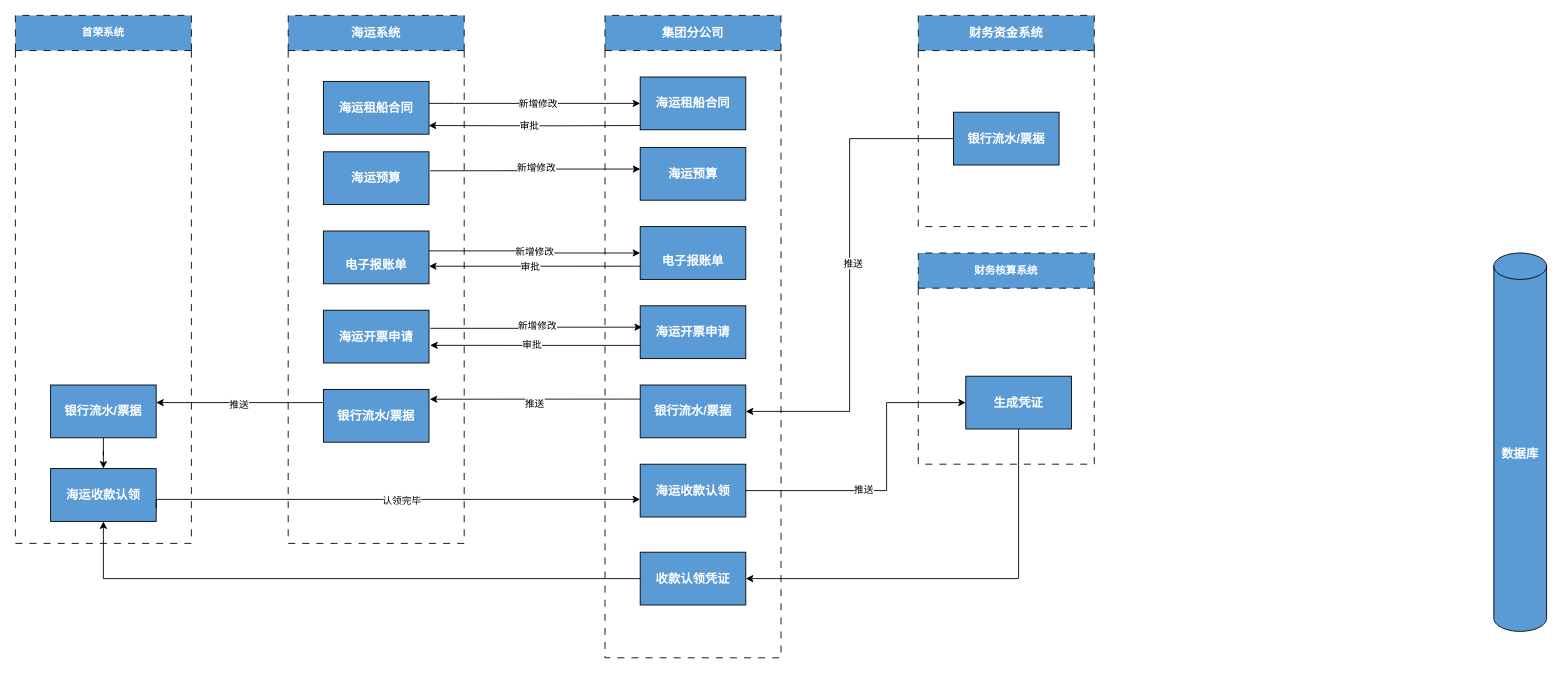
The draw.io diagram page "海运逻辑1" (12 of 22) of 未命名绘图.drawio in vk567/vk567, before the edit. Source tidied: cells renumbered, new cells numbered last; positions are measured from the earlier drawing's top-left corner, leaving out a move shared by most shapes. Both pictures are drawn from the tidied source at 88%, with x=0, y=0 at pixel (15, 15).
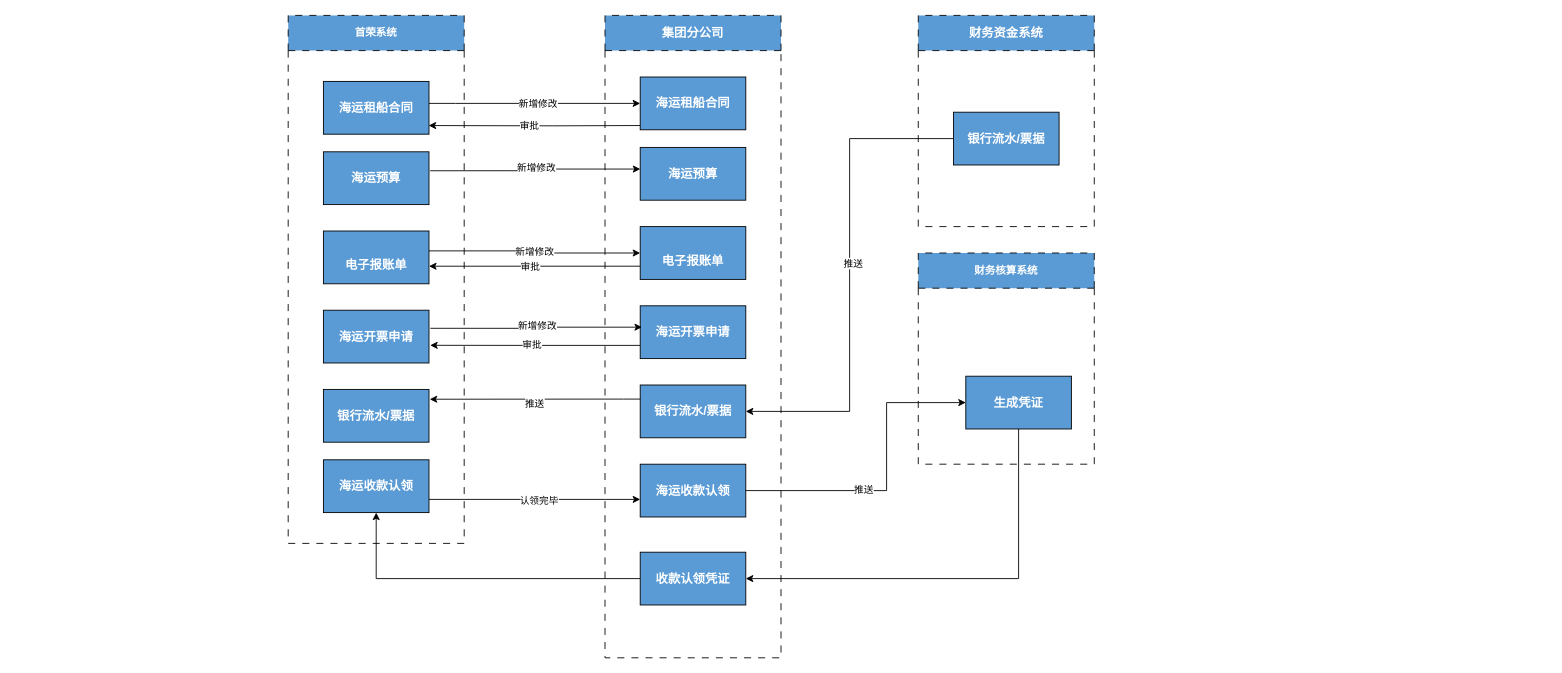
The same diagram, later.

The change refers to these unchanged cells:
```xml
<mxCell id="7" value="&lt;font color=&quot;#ffffff&quot;&gt;银行流水/票据&lt;/font&gt;" style="rounded=0;whiteSpace=wrap;html=1;labelBackgroundColor=none;fillColor=#5B9BD5;fontStyle=1;fontSize=14;" parent="2" vertex="1">
  <mxGeometry x="40" y="425" width="120" height="60" as="geometry" />
</mxCell>
<mxCell id="20" value="&lt;font color=&quot;#ffffff&quot;&gt;收款认领凭证&lt;/font&gt;" style="rounded=0;whiteSpace=wrap;html=1;labelBackgroundColor=none;fillColor=#5B9BD5;fontStyle=1;fontSize=14;" parent="12" vertex="1">
  <mxGeometry x="40" y="610" width="120" height="60" as="geometry" />
</mxCell>
```

The edit, as a diff of the source:
```diff
@@
-    <mxCell id="2" value="&lt;font color=&quot;#ffffff&quot; style=&quot;font-size: 14px;&quot;&gt;海运系统&lt;/font&gt;" style="swimlane;whiteSpace=wrap;html=1;dashed=1;dashPattern=8 8;fillColor=#5B9BD5;startSize=40;" parent="1" vertex="1">
+    <mxCell id="2" value="&lt;font color=&quot;#ffffff&quot;&gt;首荣系统&lt;/font&gt;" style="swimlane;whiteSpace=wrap;html=1;dashed=1;dashPattern=8 8;fillColor=#5B9BD5;startSize=40;" parent="1" vertex="1">
       <mxGeometry x="310" width="200" height="600" as="geometry" />
     </mxCell>
@@
+    <mxCell id="36" value="&lt;font color=&quot;#ffffff&quot;&gt;海运收款认领&lt;/font&gt;" style="rounded=0;whiteSpace=wrap;html=1;labelBackgroundColor=none;fillColor=#5B9BD5;fontStyle=1;fontSize=14;" parent="2" vertex="1">
+      <mxGeometry x="40" y="505" width="120" height="60" as="geometry" />
+    </mxCell>
@@
-    <mxCell id="30" value="&lt;font color=&quot;#ffffff&quot; style=&quot;font-size: 14px;&quot;&gt;&lt;b&gt;数据库&lt;/b&gt;&lt;/font&gt;" style="shape=cylinder3;whiteSpace=wrap;html=1;boundedLbl=1;backgroundOutline=1;size=15;fillColor=#5B9BD5;" parent="1" vertex="1">
-      <mxGeometry x="1680" y="270" width="60" height="430" as="geometry" />
-    </mxCell>
@@
-    <mxCell id="35" value="&lt;font&gt;首荣系统&lt;/font&gt;" style="swimlane;whiteSpace=wrap;html=1;dashed=1;dashPattern=8 8;fillColor=#5B9BD5;startSize=40;fontColor=#FFFFFF;" parent="1" vertex="1">
-      <mxGeometry width="200" height="600" as="geometry" />
-    </mxCell>
-    <mxCell id="36" value="&lt;font color=&quot;#ffffff&quot;&gt;海运收款认领&lt;/font&gt;" style="rounded=0;whiteSpace=wrap;html=1;labelBackgroundColor=none;fillColor=#5B9BD5;fontStyle=1;fontSize=14;" parent="35" vertex="1">
-      <mxGeometry x="40" y="515" width="120" height="60" as="geometry" />
-    </mxCell>
-    <mxCell id="37" style="edgeStyle=orthogonalEdgeStyle;rounded=0;jettySize=auto;html=1;" parent="35" edge="1" source="38" target="36">
-      <mxGeometry relative="1" as="geometry" />
-    </mxCell>
-    <mxCell id="38" value="银行流水/票据" style="rounded=0;whiteSpace=wrap;html=1;labelBackgroundColor=none;fillColor=#5B9BD5;fontStyle=1;fontSize=14;fontColor=#FFFFFF;" parent="35" vertex="1">
-      <mxGeometry x="40" y="420" width="120" height="60" as="geometry" />
-    </mxCell>
@@
-    <mxCell id="43" style="edgeStyle=orthogonalEdgeStyle;rounded=0;jettySize=auto;html=1;entryX=1;entryY=0.5;entryDx=0;entryDy=0;exitX=0;exitY=0.25;exitDx=0;exitDy=0;" parent="1" edge="1" source="7">
-      <mxGeometry relative="1" as="geometry">
-        <mxPoint x="160" y="440" as="targetPoint" />
-      </mxGeometry>
-    </mxCell>
-    <mxCell id="44" value="推送" style="edgeLabel;html=1;align=center;verticalAlign=middle;" parent="43" vertex="1">
-      <mxGeometry x="0.02" y="2" relative="1" as="geometry" />
-    </mxCell>
     <mxCell id="45" style="edgeStyle=orthogonalEdgeStyle;rounded=0;jettySize=auto;html=1;exitX=1;exitY=0.75;exitDx=0;exitDy=0;" parent="1" edge="1" source="36">
       <mxGeometry relative="1" as="geometry">
         <mxPoint x="710" y="550" as="targetPoint" />
         <Array as="points">
-          <mxPoint x="160" y="550" />
+          <mxPoint x="470" y="550" />
+          <mxPoint x="470" y="550" />
         </Array>
       </mxGeometry>
     </mxCell>
@@
     <mxCell id="47" style="edgeStyle=orthogonalEdgeStyle;rounded=0;jettySize=auto;html=1;entryX=0.5;entryY=1;entryDx=0;entryDy=0;" parent="1" edge="1" source="20" target="36">
       <mxGeometry relative="1" as="geometry">
         <Array as="points">
-          <mxPoint x="100" y="640" />
+          <mxPoint x="410" y="640" />
         </Array>
       </mxGeometry>
     </mxCell>
```
